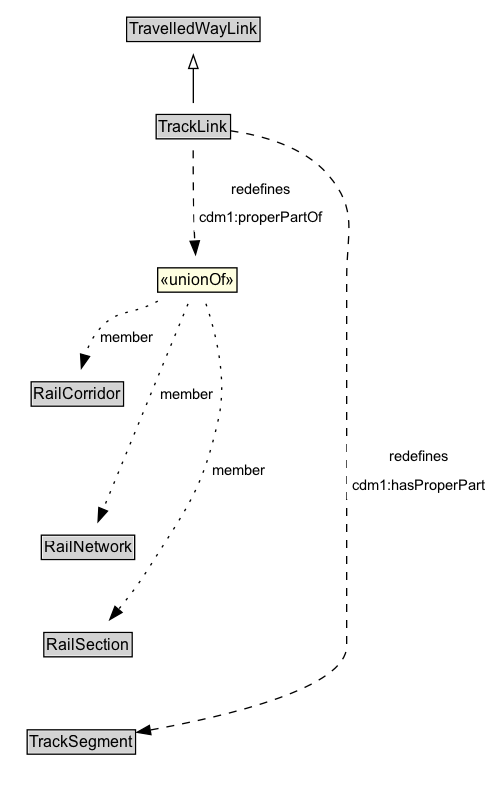
This is docs/diagrams/TrackLink.dot.png from ISO-TC204/ontology-cdm-p3-v1, a Graphviz export, as it was before one commit. Its source is kept beside it as docs/diagrams/TrackLink.dot.
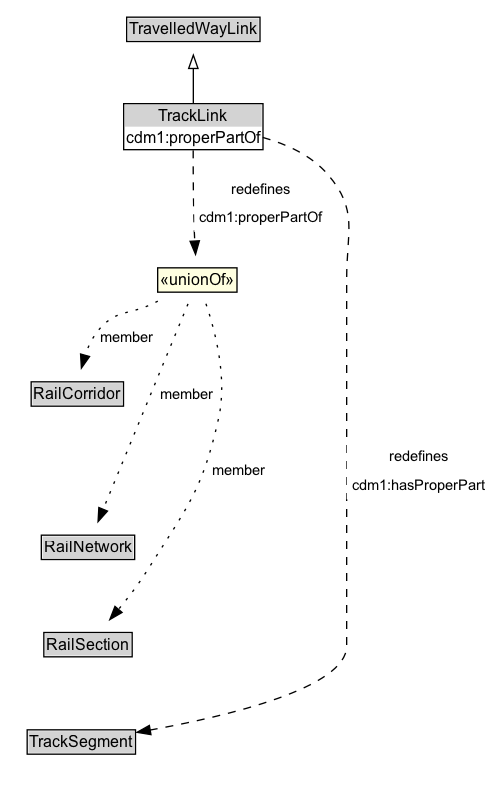
After the commit.

The edit, as a diff of the source:
```diff
@@ -6,7 +6,7 @@
 		rank=source
 		TravelledWayLink [label=<<TABLE BORDER="1" CELLBORDER="0" CELLSPACING="0" CELLPADDING="1"><TR><TD BGCOLOR="lightgray" ALIGN="CENTER">TravelledWayLink</TD></TR></TABLE>> URL="../TravelledWayLink" margin=0]
 	}
-	TrackLink [label=<<TABLE BORDER="1" CELLBORDER="0" CELLSPACING="0" CELLPADDING="1"><TR><TD BGCOLOR="lightgray" ALIGN="CENTER">TrackLink</TD></TR></TABLE>> URL="../TrackLink" margin=0]
+	TrackLink [label=<<TABLE BORDER="1" CELLBORDER="0" CELLSPACING="0" CELLPADDING="1"><TR><TD BGCOLOR="lightgray" ALIGN="CENTER">TrackLink</TD></TR><TR><TD ALIGN="LEFT">cdm1:properPartOf</TD></TR></TABLE>> URL="../TrackLink" margin=0]
 	{
 		rank=max
 	}
@@ -26,12 +26,12 @@
 	RailSection -> TrackSegment [style=invis]
 	TrackSegment [label=<<TABLE BORDER="1" CELLBORDER="0" CELLSPACING="0" CELLPADDING="1"><TR><TD BGCOLOR="lightgray" ALIGN="CENTER">TrackSegment</TD></TR></TABLE>> URL="../TrackSegment" margin=0]
 	TrackLink -> TrackSegment [label=<<TABLE BORDER="0" CELLBORDER="0" CELLSPACING="0" CELLPADDING="4" BGCOLOR="white"><TR><TD ALIGN="CENTER">redefines</TD></TR><TR><TD ALIGN="CENTER">cdm1:hasProperPart</TD></TR></TABLE>> arrowhead=normal style=dashed]
-	n6cdb34b94ee24737adcb98601c0c2c6bb17 [label=<<TABLE BORDER="1" CELLBORDER="0" CELLSPACING="0" CELLPADDING="1" BGCOLOR="lightyellow"><TR><TD ALIGN="CENTER">«unionOf»</TD></TR></TABLE>> margin=0]
+	n07c1fe2cc8ba44aab7f111e85edd4de9b17 [label=<<TABLE BORDER="1" CELLBORDER="0" CELLSPACING="0" CELLPADDING="1" BGCOLOR="lightyellow"><TR><TD ALIGN="CENTER">«unionOf»</TD></TR></TABLE>> margin=0]
 	RailCorridor [label=<<TABLE BORDER="1" CELLBORDER="0" CELLSPACING="0" CELLPADDING="1"><TR><TD BGCOLOR="lightgray" ALIGN="CENTER">RailCorridor</TD></TR></TABLE>> URL="../RailCorridor" margin=0]
-	n6cdb34b94ee24737adcb98601c0c2c6bb17 -> RailCorridor [label=member arrowhead=normal style=dotted]
+	n07c1fe2cc8ba44aab7f111e85edd4de9b17 -> RailCorridor [label=member arrowhead=normal style=dotted]
 	RailNetwork [label=<<TABLE BORDER="1" CELLBORDER="0" CELLSPACING="0" CELLPADDING="1"><TR><TD BGCOLOR="lightgray" ALIGN="CENTER">RailNetwork</TD></TR></TABLE>> URL="../RailNetwork" margin=0]
-	n6cdb34b94ee24737adcb98601c0c2c6bb17 -> RailNetwork [label=member arrowhead=normal style=dotted]
+	n07c1fe2cc8ba44aab7f111e85edd4de9b17 -> RailNetwork [label=member arrowhead=normal style=dotted]
 	RailSection [label=<<TABLE BORDER="1" CELLBORDER="0" CELLSPACING="0" CELLPADDING="1"><TR><TD BGCOLOR="lightgray" ALIGN="CENTER">RailSection</TD></TR></TABLE>> URL="../RailSection" margin=0]
-	n6cdb34b94ee24737adcb98601c0c2c6bb17 -> RailSection [label=member arrowhead=normal style=dotted]
-	TrackLink -> n6cdb34b94ee24737adcb98601c0c2c6bb17 [label=<<TABLE BORDER="0" CELLBORDER="0" CELLSPACING="0" CELLPADDING="4" BGCOLOR="white"><TR><TD ALIGN="CENTER">redefines</TD></TR><TR><TD ALIGN="CENTER">cdm1:properPartOf</TD></TR></TABLE>> arrowhead=normal style=dashed]
+	n07c1fe2cc8ba44aab7f111e85edd4de9b17 -> RailSection [label=member arrowhead=normal style=dotted]
+	TrackLink -> n07c1fe2cc8ba44aab7f111e85edd4de9b17 [label=<<TABLE BORDER="0" CELLBORDER="0" CELLSPACING="0" CELLPADDING="4" BGCOLOR="white"><TR><TD ALIGN="CENTER">redefines</TD></TR><TR><TD ALIGN="CENTER">cdm1:properPartOf</TD></TR></TABLE>> arrowhead=normal style=dashed]
 }
```
